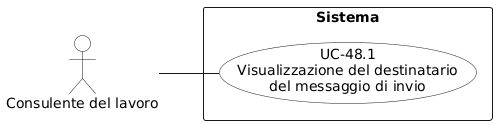
The PlantUML diagram RTB/Analisi dei Requisiti/diagrammi_use_case/UC-48.1.png in aLittleByte-19/Documentazione, before a commit. Source of this version:
```plantuml
@startuml
left to right direction
skinparam packageStyle rectangle
skinparam usecaseBackgroundColor White
skinparam actorBackgroundColor White

actor "Consulente del lavoro" as consulente

rectangle "Sistema" {
  usecase "UC-48.1\nVisualizzazione del destinatario\ndel messaggio di invio" as uc48_1
}

consulente -- uc48_1
@enduml
```
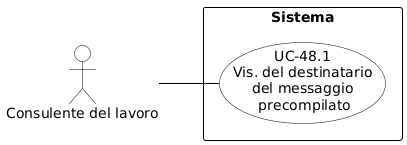
Later version of the same file.

What changed in the source:
```diff
@@ -1,14 +1,27 @@
 @startuml
+skinparam shadowing false
+skinparam defaultFontName Arial
 left to right direction
-skinparam packageStyle rectangle
-skinparam usecaseBackgroundColor White
-skinparam actorBackgroundColor White
 
-actor "Consulente del lavoro" as consulente
+skinparam usecase {
+    BackgroundColor white
+    BorderColor black
+    ArrowColor black
+}
+skinparam actor {
+    BackgroundColor white
+    BorderColor black
+}
+skinparam rectangle {
+    BorderColor black
+    FontStyle bold
+}
+
+actor "Consulente del lavoro" as CL
 
 rectangle "Sistema" {
-  usecase "UC-48.1\nVisualizzazione del destinatario\ndel messaggio di invio" as uc48_1
+    usecase "UC-48.1\nVis. del destinatario\ndel messaggio\n precompilato" as UC48_1
 }
 
-consulente -- uc48_1
+CL -- UC48_1
 @enduml
```
